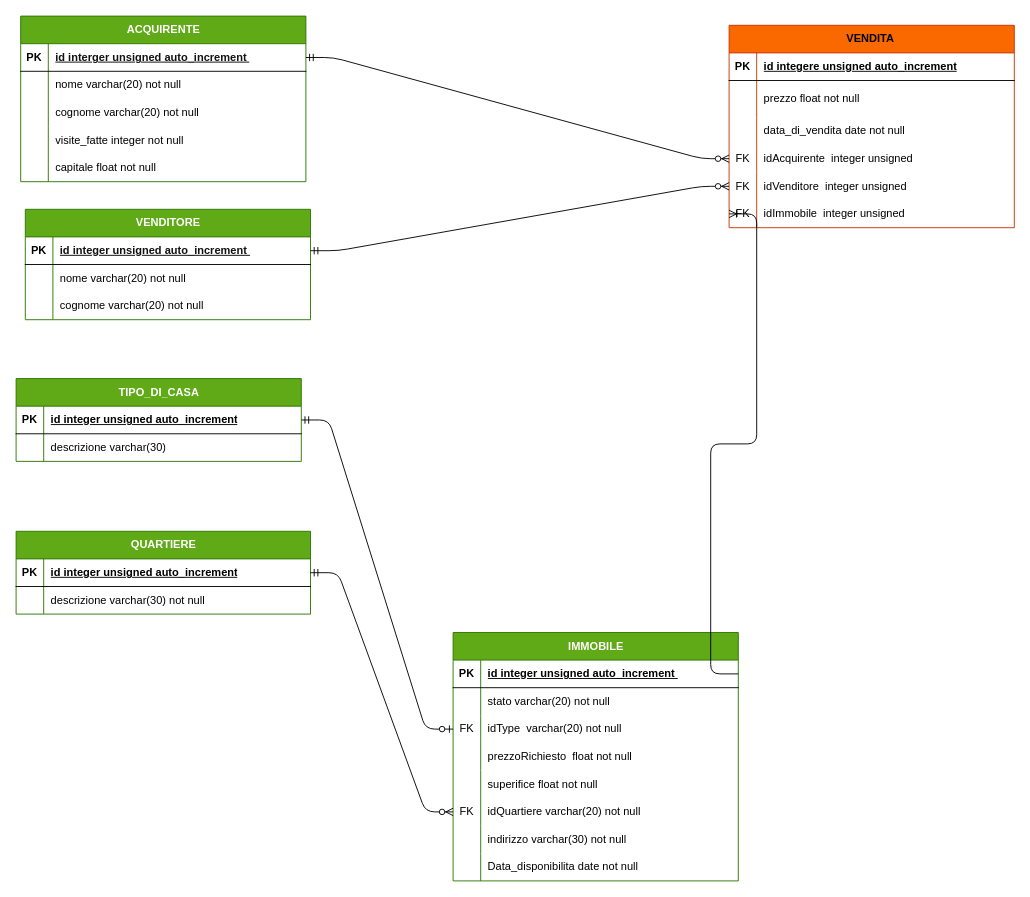
The draw.io diagram 2.0/docs/er.drawio in Lanfr4/AgenziaImmo, before the edit. Source tidied: cells renumbered, new cells numbered last; positions are measured from the earlier drawing's top-left corner, leaving out a move shared by most shapes. Both pictures are drawn from the tidied source at 92%, with x=0, y=0 at pixel (16, 16).
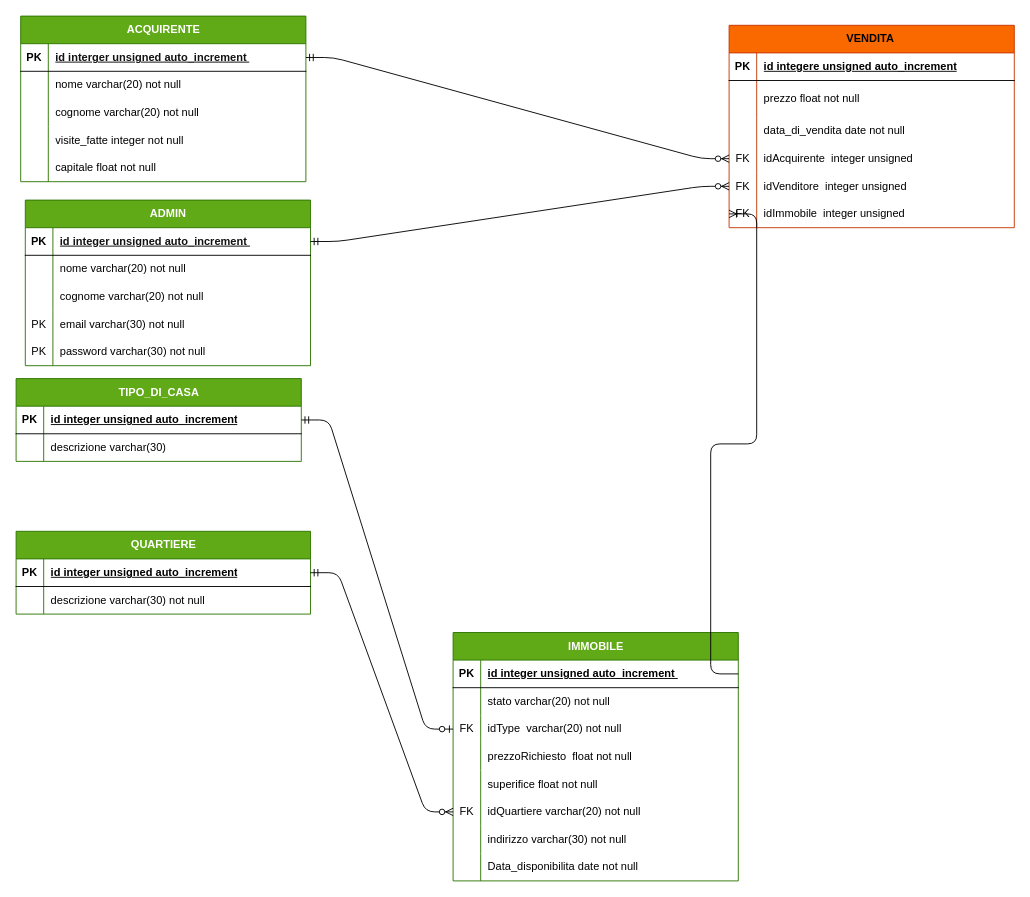
After the change.

Change to the diagram source:
```diff
@@
-    <mxCell id="62" value="VENDITORE" style="shape=table;startSize=30;childLayout=tableLayout;rowLines=0;fontStyle=1;align=center;html=1;fillColor=#60a917;fontColor=#ffffff;strokeColor=#2D7600;" parent="1" vertex="1">
-      <mxGeometry x="10" y="210" width="310" height="120" as="geometry" />
+    <mxCell id="62" value="ADMIN" style="shape=table;startSize=30;childLayout=tableLayout;rowLines=0;fontStyle=1;align=center;html=1;fillColor=#60a917;fontColor=#ffffff;strokeColor=#2D7600;" parent="1" vertex="1">
+      <mxGeometry x="10" y="200" width="310" height="180" as="geometry" />
     </mxCell>
@@
+    <mxCell id="91" style="shape=tableRow;horizontal=0;startSize=0;swimlaneHead=0;swimlaneBody=0;fillColor=none;top=0;left=0;right=0;bottom=0;" parent="62" vertex="1">
+      <mxGeometry y="120" width="310" height="30" as="geometry" />
+    </mxCell>
+    <mxCell id="92" value="PK" style="shape=partialRectangle;fillColor=none;top=0;left=0;bottom=0;right=0;overflow=hidden;whiteSpace=wrap;html=1;" parent="91" vertex="1">
+      <mxGeometry width="30" height="30" as="geometry" />
+    </mxCell>
+    <mxCell id="93" value="email varchar(30) not null" style="shape=partialRectangle;fillColor=none;top=0;left=0;bottom=0;right=0;align=left;spacingLeft=6;overflow=hidden;whiteSpace=wrap;html=1;" parent="91" vertex="1">
+      <mxGeometry x="30" width="280" height="30" as="geometry" />
+    </mxCell>
+    <mxCell id="94" style="shape=tableRow;horizontal=0;startSize=0;swimlaneHead=0;swimlaneBody=0;fillColor=none;top=0;left=0;right=0;bottom=0;" parent="62" vertex="1">
+      <mxGeometry y="150" width="310" height="30" as="geometry" />
+    </mxCell>
+    <mxCell id="95" value="PK" style="shape=partialRectangle;fillColor=none;top=0;left=0;bottom=0;right=0;overflow=hidden;whiteSpace=wrap;html=1;" parent="94" vertex="1">
+      <mxGeometry width="30" height="30" as="geometry" />
+    </mxCell>
+    <mxCell id="96" value="password varchar(30) not null" style="shape=partialRectangle;fillColor=none;top=0;left=0;bottom=0;right=0;align=left;spacingLeft=6;overflow=hidden;whiteSpace=wrap;html=1;" parent="94" vertex="1">
+      <mxGeometry x="30" width="280" height="30" as="geometry" />
+    </mxCell>
```
